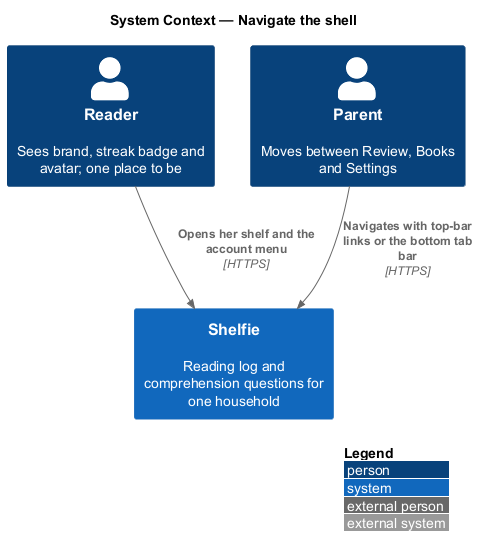
Earlier version of the PlantUML export docs/detailed-designs/shell/navigate-shell/diagrams/c4-context.png (QuinntyneBrown/shelfie). Source of this version:
```plantuml
@startuml
!include <C4/C4_Context>
LAYOUT_WITH_LEGEND()
title System Context — Navigate the shell

Person(reader, "Reader", "Sees brand, streak badge and avatar; one place to be")
Person(grownUp, "Parent", "Moves between Review, Books and Settings")
System(shelfie, "Shelfie", "Reading log and comprehension questions for one household")

Rel(reader, shelfie, "Opens her shelf and the account menu", "HTTPS")
Rel(grownUp, shelfie, "Navigates with top-bar links or the bottom tab bar", "HTTPS")
@enduml
```
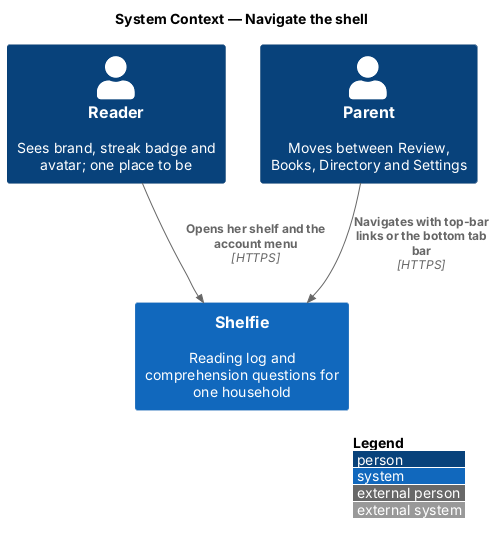
The same file after the commit.

What changed in the source:
```diff
@@ -4,7 +4,7 @@
 title System Context — Navigate the shell
 
 Person(reader, "Reader", "Sees brand, streak badge and avatar; one place to be")
-Person(grownUp, "Parent", "Moves between Review, Books and Settings")
+Person(grownUp, "Parent", "Moves between Review, Books, Directory and Settings")
 System(shelfie, "Shelfie", "Reading log and comprehension questions for one household")
 
 Rel(reader, shelfie, "Opens her shelf and the account menu", "HTTPS")
```
